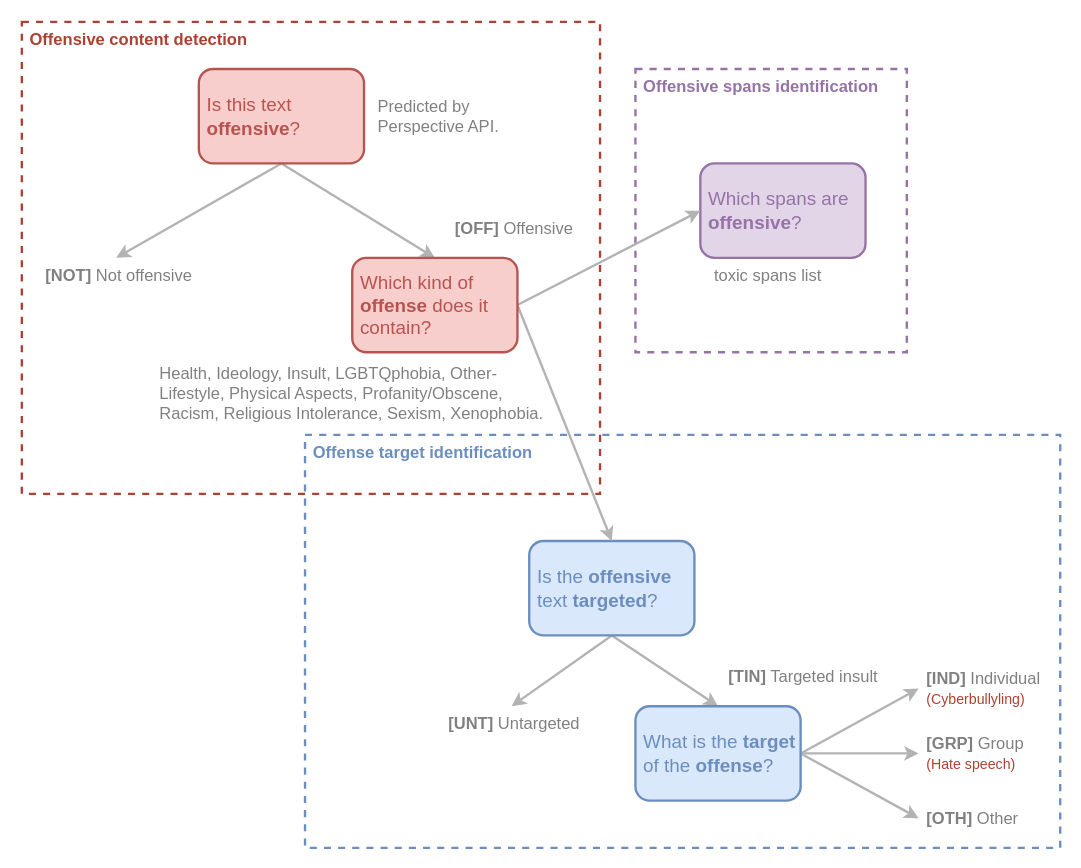
Earlier version of the draw.io diagram page "OLIDBR_taxonomy" (2 of 6) of docs/diagrams/diagrams.drawio (DougTrajano/olid-br). Source tidied: cells renumbered, new cells numbered last; positions are measured from the earlier drawing's top-left corner, leaving out a move shared by most shapes. Both pictures are drawn from the tidied source at 118%, with x=0, y=0 at pixel (21, 21).
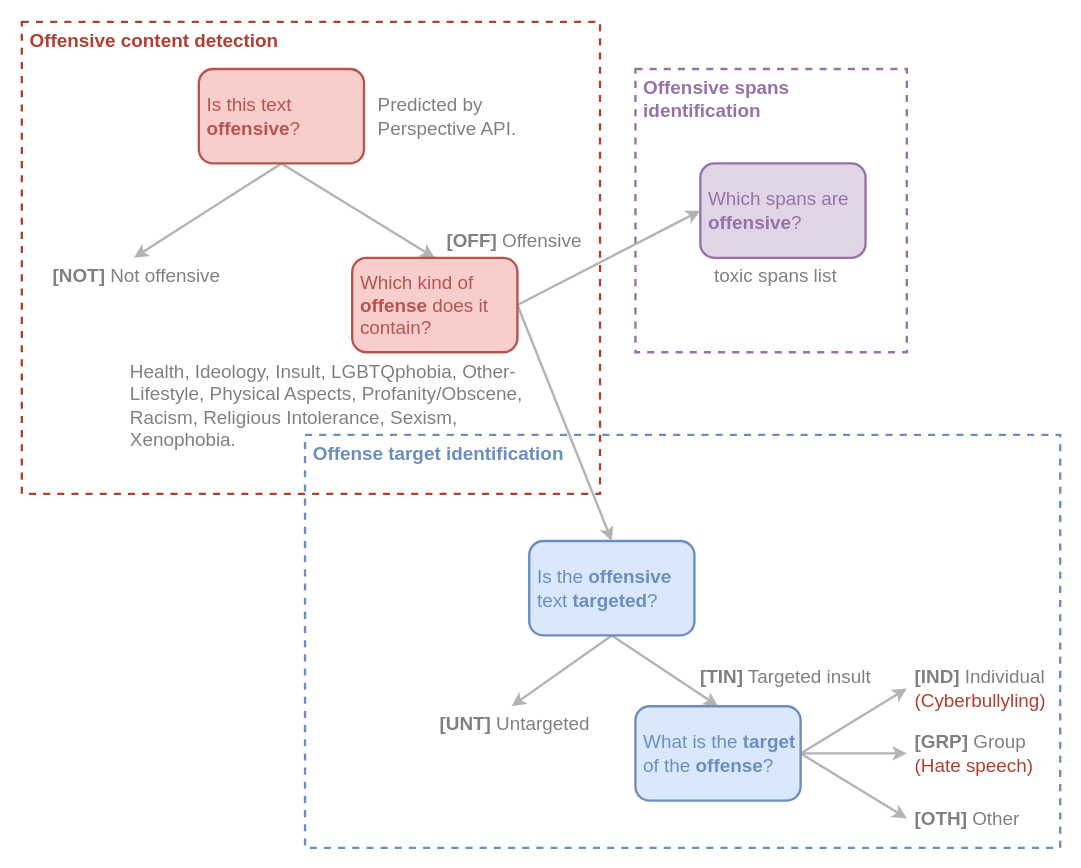
The same page after the edit.

The edit, as a diff of the source:
```diff
@@
-    <mxCell id="2" value="Offensive spans identification" style="rounded=0;whiteSpace=wrap;html=1;strokeColor=#9673a6;verticalAlign=top;align=left;strokeWidth=2;spacingLeft=5;fontSize=14;fontStyle=1;dashed=1;fillColor=none;fontColor=#9673A6;" parent="1" vertex="1">
+    <mxCell id="2" value="Offensive spans identification" style="rounded=0;whiteSpace=wrap;html=1;strokeColor=#9673a6;verticalAlign=top;align=left;strokeWidth=2;spacingLeft=5;fontSize=16;fontStyle=1;dashed=1;fillColor=none;fontColor=#9673A6;" parent="1" vertex="1">
       <mxGeometry x="520" y="40" width="230" height="240" as="geometry" />
     </mxCell>
-    <mxCell id="3" value="Offensive content detection" style="rounded=0;whiteSpace=wrap;html=1;strokeColor=#ae4132;fillColor=none;verticalAlign=top;align=left;fontColor=#AE4132;strokeWidth=2;spacingLeft=5;fontSize=14;fontStyle=1;dashed=1;" parent="1" vertex="1">
+    <mxCell id="3" value="Offensive content detection" style="rounded=0;whiteSpace=wrap;html=1;strokeColor=#ae4132;fillColor=none;verticalAlign=top;align=left;fontColor=#AE4132;strokeWidth=2;spacingLeft=5;fontSize=16;fontStyle=1;dashed=1;" parent="1" vertex="1">
       <mxGeometry width="490" height="400" as="geometry" />
     </mxCell>
-    <mxCell id="4" value="Offense target identification" style="rounded=0;whiteSpace=wrap;html=1;strokeColor=#6c8ebf;fillColor=none;verticalAlign=top;align=left;fontColor=#6C8EBF;strokeWidth=2;spacingLeft=5;fontSize=14;fontStyle=1;dashed=1;" parent="1" vertex="1">
+    <mxCell id="4" value="Offense target identification" style="rounded=0;whiteSpace=wrap;html=1;strokeColor=#6c8ebf;fillColor=none;verticalAlign=top;align=left;fontColor=#6C8EBF;strokeWidth=2;spacingLeft=5;fontSize=16;fontStyle=1;dashed=1;" parent="1" vertex="1">
       <mxGeometry x="240" y="350" width="640" height="350" as="geometry" />
     </mxCell>
@@
-    <mxCell id="7" value="Is this text &lt;b&gt;offensive&lt;/b&gt;?" style="rounded=1;whiteSpace=wrap;html=1;fillColor=#f8cecc;align=left;strokeColor=#b85450;strokeWidth=2;spacingLeft=5;fontSize=16;fontColor=#B85450;" parent="1" vertex="1">
+    <mxCell id="7" value="Is this text &lt;b style=&quot;font-size: 16px;&quot;&gt;offensive&lt;/b&gt;?" style="rounded=1;whiteSpace=wrap;html=1;fillColor=#f8cecc;align=left;strokeColor=#b85450;strokeWidth=2;spacingLeft=5;fontSize=16;fontColor=#B85450;" parent="1" vertex="1">
       <mxGeometry x="150" y="40" width="140" height="80" as="geometry" />
     </mxCell>
@@
-    <mxCell id="10" value="Is the &lt;b&gt;offensive&lt;/b&gt; text &lt;b&gt;targeted&lt;/b&gt;?" style="rounded=1;whiteSpace=wrap;html=1;fillColor=#dae8fc;align=left;strokeColor=#6c8ebf;strokeWidth=2;spacingLeft=5;fontSize=16;fontColor=#6C8EBF;" parent="1" vertex="1">
+    <mxCell id="10" value="Is the &lt;b style=&quot;font-size: 16px;&quot;&gt;offensive&lt;/b&gt; text &lt;b style=&quot;font-size: 16px;&quot;&gt;targeted&lt;/b&gt;?" style="rounded=1;whiteSpace=wrap;html=1;fillColor=#dae8fc;align=left;strokeColor=#6c8ebf;strokeWidth=2;spacingLeft=5;fontSize=16;fontColor=#6C8EBF;" parent="1" vertex="1">
       <mxGeometry x="430" y="440" width="140" height="80" as="geometry" />
     </mxCell>
-    <mxCell id="11" style="edgeStyle=none;rounded=0;jettySize=auto;html=1;exitX=1;exitY=0.5;exitDx=0;exitDy=0;entryX=0;entryY=0.5;entryDx=0;entryDy=0;fontSize=14;fontColor=#6C8EBF;startArrow=none;startFill=0;strokeColor=#B3B3B3;strokeWidth=2;" parent="1" edge="1" source="14" target="18">
+    <mxCell id="11" style="edgeStyle=none;rounded=0;jettySize=auto;html=1;exitX=1;exitY=0.5;exitDx=0;exitDy=0;entryX=0;entryY=0.5;entryDx=0;entryDy=0;fontSize=16;fontColor=#6C8EBF;startArrow=none;startFill=0;strokeColor=#B3B3B3;strokeWidth=2;" parent="1" edge="1" source="14" target="18">
       <mxGeometry relative="1" as="geometry" />
     </mxCell>
-    <mxCell id="12" style="edgeStyle=none;rounded=0;jettySize=auto;html=1;exitX=1;exitY=0.5;exitDx=0;exitDy=0;fontSize=14;fontColor=#6C8EBF;startArrow=none;startFill=0;strokeColor=#B3B3B3;strokeWidth=2;" parent="1" edge="1" source="14" target="17">
+    <mxCell id="12" style="edgeStyle=none;rounded=0;jettySize=auto;html=1;exitX=1;exitY=0.5;exitDx=0;exitDy=0;fontSize=16;fontColor=#6C8EBF;startArrow=none;startFill=0;strokeColor=#B3B3B3;strokeWidth=2;" parent="1" edge="1" source="14" target="17">
       <mxGeometry relative="1" as="geometry" />
     </mxCell>
-    <mxCell id="13" style="edgeStyle=none;rounded=0;jettySize=auto;html=1;exitX=1;exitY=0.5;exitDx=0;exitDy=0;entryX=0;entryY=0.5;entryDx=0;entryDy=0;fontSize=14;fontColor=#6C8EBF;startArrow=none;startFill=0;strokeColor=#B3B3B3;strokeWidth=2;" parent="1" edge="1" source="14" target="16">
+    <mxCell id="13" style="edgeStyle=none;rounded=0;jettySize=auto;html=1;exitX=1;exitY=0.5;exitDx=0;exitDy=0;entryX=0;entryY=0.5;entryDx=0;entryDy=0;fontSize=16;fontColor=#6C8EBF;startArrow=none;startFill=0;strokeColor=#B3B3B3;strokeWidth=2;" parent="1" edge="1" source="14" target="16">
       <mxGeometry relative="1" as="geometry" />
     </mxCell>
-    <mxCell id="14" value="What is the &lt;b&gt;target&lt;/b&gt; of the &lt;b&gt;offense&lt;/b&gt;?" style="rounded=1;whiteSpace=wrap;html=1;fillColor=#dae8fc;align=left;strokeColor=#6c8ebf;strokeWidth=2;spacingLeft=5;fontSize=16;fontColor=#6C8EBF;" parent="1" vertex="1">
+    <mxCell id="14" value="What is the &lt;b style=&quot;font-size: 16px;&quot;&gt;target&lt;/b&gt; of the &lt;b style=&quot;font-size: 16px;&quot;&gt;offense&lt;/b&gt;?" style="rounded=1;whiteSpace=wrap;html=1;fillColor=#dae8fc;align=left;strokeColor=#6c8ebf;strokeWidth=2;spacingLeft=5;fontSize=16;fontColor=#6C8EBF;" parent="1" vertex="1">
       <mxGeometry x="520" y="580" width="140" height="80" as="geometry" />
     </mxCell>
-    <mxCell id="15" value="&lt;font color=&quot;#808080&quot;&gt;&lt;b&gt;[NOT]&lt;/b&gt; Not offensive&lt;/font&gt;" style="text;html=1;strokeColor=none;fillColor=none;align=center;verticalAlign=middle;whiteSpace=wrap;rounded=0;fontSize=14;fontColor=#6C8EBF;spacingLeft=5;" parent="1" vertex="1">
-      <mxGeometry x="10" y="200" width="140" height="30" as="geometry" />
+    <mxCell id="15" value="&lt;font color=&quot;#808080&quot; style=&quot;font-size: 16px;&quot;&gt;&lt;b style=&quot;font-size: 16px;&quot;&gt;[NOT]&lt;/b&gt; Not offensive&lt;/font&gt;" style="text;html=1;strokeColor=none;fillColor=none;align=center;verticalAlign=middle;whiteSpace=wrap;rounded=0;fontSize=16;fontColor=#6C8EBF;spacingLeft=5;" parent="1" vertex="1">
+      <mxGeometry x="10" y="200" width="170" height="30" as="geometry" />
     </mxCell>
-    <mxCell id="16" value="&lt;font color=&quot;#808080&quot;&gt;&lt;b&gt;[IND]&lt;/b&gt; Individual&lt;/font&gt;&lt;br&gt;&lt;font color=&quot;#ae4132&quot; style=&quot;font-size: 12px&quot;&gt;(Cyberbullyling)&lt;/font&gt;" style="text;html=1;strokeColor=none;fillColor=none;align=left;verticalAlign=middle;whiteSpace=wrap;rounded=0;fontSize=14;fontColor=#6C8EBF;spacingLeft=5;" parent="1" vertex="1">
-      <mxGeometry x="760" y="550" width="110" height="30" as="geometry" />
+    <mxCell id="16" value="&lt;font color=&quot;#808080&quot; style=&quot;font-size: 16px;&quot;&gt;&lt;b style=&quot;font-size: 16px;&quot;&gt;[IND]&lt;/b&gt; Individual&lt;/font&gt;&lt;br style=&quot;font-size: 16px;&quot;&gt;&lt;font color=&quot;#ae4132&quot; style=&quot;font-size: 16px;&quot;&gt;(Cyberbullyling)&lt;/font&gt;" style="text;html=1;strokeColor=none;fillColor=none;align=left;verticalAlign=middle;whiteSpace=wrap;rounded=0;fontSize=16;fontColor=#6C8EBF;spacingLeft=5;" parent="1" vertex="1">
+      <mxGeometry x="750" y="550" width="110" height="30" as="geometry" />
     </mxCell>
-    <mxCell id="17" value="&lt;font color=&quot;#808080&quot;&gt;&lt;b&gt;[GRP]&lt;/b&gt; Group&lt;/font&gt;&lt;br&gt;&lt;font color=&quot;#ae4132&quot; style=&quot;font-size: 12px&quot;&gt;(Hate speech)&lt;/font&gt;" style="text;html=1;strokeColor=none;fillColor=none;align=left;verticalAlign=middle;whiteSpace=wrap;rounded=0;fontSize=14;fontColor=#6C8EBF;spacingLeft=5;" parent="1" vertex="1">
-      <mxGeometry x="760" y="605" width="110" height="30" as="geometry" />
+    <mxCell id="17" value="&lt;font color=&quot;#808080&quot; style=&quot;font-size: 16px;&quot;&gt;&lt;b style=&quot;font-size: 16px;&quot;&gt;[GRP]&lt;/b&gt; Group&lt;/font&gt;&lt;br style=&quot;font-size: 16px;&quot;&gt;&lt;font color=&quot;#ae4132&quot; style=&quot;font-size: 16px;&quot;&gt;(Hate speech)&lt;/font&gt;" style="text;html=1;strokeColor=none;fillColor=none;align=left;verticalAlign=middle;whiteSpace=wrap;rounded=0;fontSize=16;fontColor=#6C8EBF;spacingLeft=5;" parent="1" vertex="1">
+      <mxGeometry x="750" y="605" width="110" height="30" as="geometry" />
     </mxCell>
-    <mxCell id="18" value="&lt;font color=&quot;#808080&quot;&gt;&lt;b&gt;[OTH]&lt;/b&gt; Other&lt;/font&gt;" style="text;html=1;strokeColor=none;fillColor=none;align=left;verticalAlign=middle;whiteSpace=wrap;rounded=0;fontSize=14;fontColor=#6C8EBF;spacingLeft=5;" parent="1" vertex="1">
-      <mxGeometry x="760" y="660" width="110" height="30" as="geometry" />
+    <mxCell id="18" value="&lt;font color=&quot;#808080&quot; style=&quot;font-size: 16px;&quot;&gt;&lt;b style=&quot;font-size: 16px;&quot;&gt;[OTH]&lt;/b&gt; Other&lt;/font&gt;" style="text;html=1;strokeColor=none;fillColor=none;align=left;verticalAlign=middle;whiteSpace=wrap;rounded=0;fontSize=16;fontColor=#6C8EBF;spacingLeft=5;" parent="1" vertex="1">
+      <mxGeometry x="750" y="660" width="110" height="30" as="geometry" />
     </mxCell>
-    <mxCell id="19" value="Which spans are &lt;b&gt;offensive&lt;/b&gt;?" style="rounded=1;whiteSpace=wrap;html=1;fillColor=#e1d5e7;align=left;strokeColor=#9673a6;strokeWidth=2;spacingLeft=5;fontSize=16;fontColor=#9673A6;" parent="1" vertex="1">
+    <mxCell id="19" value="Which spans are &lt;b style=&quot;font-size: 16px;&quot;&gt;offensive&lt;/b&gt;?" style="rounded=1;whiteSpace=wrap;html=1;fillColor=#e1d5e7;align=left;strokeColor=#9673a6;strokeWidth=2;spacingLeft=5;fontSize=16;fontColor=#9673A6;" parent="1" vertex="1">
       <mxGeometry x="575" y="120" width="140" height="80" as="geometry" />
     </mxCell>
-    <mxCell id="20" value="&lt;font color=&quot;#808080&quot;&gt;&lt;b&gt;[OFF]&lt;/b&gt; Offensive&lt;/font&gt;" style="text;html=1;strokeColor=none;fillColor=none;align=center;verticalAlign=middle;whiteSpace=wrap;rounded=0;fontSize=14;fontColor=#6C8EBF;spacingLeft=5;" parent="1" vertex="1">
-      <mxGeometry x="360" y="160" width="110" height="30" as="geometry" />
+    <mxCell id="20" value="&lt;font color=&quot;#808080&quot; style=&quot;font-size: 16px;&quot;&gt;&lt;b style=&quot;font-size: 16px;&quot;&gt;[OFF]&lt;/b&gt; Offensive&lt;/font&gt;" style="text;html=1;strokeColor=none;fillColor=none;align=center;verticalAlign=middle;whiteSpace=wrap;rounded=0;fontSize=16;fontColor=#6C8EBF;spacingLeft=5;" parent="1" vertex="1">
+      <mxGeometry x="350" y="170" width="130" height="30" as="geometry" />
     </mxCell>
-    <mxCell id="21" value="&lt;font color=&quot;#808080&quot;&gt;&lt;b&gt;[TIN]&lt;/b&gt; Targeted insult&lt;/font&gt;" style="text;html=1;strokeColor=none;fillColor=none;align=center;verticalAlign=middle;whiteSpace=wrap;rounded=0;fontSize=14;fontColor=#6C8EBF;spacingLeft=5;" parent="1" vertex="1">
-      <mxGeometry x="590" y="540" width="140" height="30" as="geometry" />
+    <mxCell id="21" value="&lt;font color=&quot;#808080&quot; style=&quot;font-size: 16px;&quot;&gt;&lt;b style=&quot;font-size: 16px;&quot;&gt;[TIN]&lt;/b&gt; Targeted insult&lt;/font&gt;" style="text;html=1;strokeColor=none;fillColor=none;align=center;verticalAlign=middle;whiteSpace=wrap;rounded=0;fontSize=16;fontColor=#6C8EBF;spacingLeft=5;" parent="1" vertex="1">
+      <mxGeometry x="565" y="540" width="160" height="30" as="geometry" />
     </mxCell>
-    <mxCell id="22" value="&lt;font color=&quot;#808080&quot;&gt;toxic spans list&lt;/font&gt;" style="text;html=1;strokeColor=none;fillColor=none;align=left;verticalAlign=middle;whiteSpace=wrap;rounded=0;fontSize=14;fontColor=#6C8EBF;spacingLeft=5;" parent="1" vertex="1">
+    <mxCell id="22" value="&lt;font color=&quot;#808080&quot; style=&quot;font-size: 16px;&quot;&gt;toxic spans list&lt;/font&gt;" style="text;html=1;strokeColor=none;fillColor=none;align=left;verticalAlign=middle;whiteSpace=wrap;rounded=0;fontSize=16;fontColor=#6C8EBF;spacingLeft=5;" parent="1" vertex="1">
       <mxGeometry x="580" y="200" width="150" height="30" as="geometry" />
     </mxCell>
@@
-    <mxCell id="25" value="Which kind of &lt;b&gt;offense&lt;/b&gt; does it contain?" style="rounded=1;whiteSpace=wrap;html=1;fillColor=#f8cecc;align=left;strokeColor=#b85450;strokeWidth=2;spacingLeft=5;fontSize=16;fontColor=#B85450;" parent="1" vertex="1">
+    <mxCell id="25" value="Which kind of &lt;b style=&quot;font-size: 16px;&quot;&gt;offense&lt;/b&gt; does it contain?" style="rounded=1;whiteSpace=wrap;html=1;fillColor=#f8cecc;align=left;strokeColor=#b85450;strokeWidth=2;spacingLeft=5;fontSize=16;fontColor=#B85450;" parent="1" vertex="1">
       <mxGeometry x="280" y="200" width="140" height="80" as="geometry" />
     </mxCell>
-    <mxCell id="26" value="&lt;font color=&quot;#808080&quot;&gt;Health, Ideology, Insult, LGBTQphobia, Other-Lifestyle, Physical Aspects, Profanity/Obscene, Racism, Religious Intolerance, Sexism, Xenophobia.&lt;/font&gt;" style="text;html=1;strokeColor=none;fillColor=none;align=left;verticalAlign=middle;whiteSpace=wrap;rounded=0;fontSize=14;fontColor=#6C8EBF;spacingLeft=5;fontStyle=0;" parent="1" vertex="1">
-      <mxGeometry x="110" y="280" width="345" height="70" as="geometry" />
+    <mxCell id="26" value="&lt;font color=&quot;#808080&quot; style=&quot;font-size: 16px;&quot;&gt;Health, Ideology, Insult, LGBTQphobia, Other-Lifestyle, Physical Aspects, Profanity/Obscene, Racism, Religious Intolerance, Sexism, Xenophobia.&lt;/font&gt;" style="text;html=1;strokeColor=none;fillColor=none;align=left;verticalAlign=middle;whiteSpace=wrap;rounded=0;fontSize=16;fontColor=#6C8EBF;spacingLeft=5;fontStyle=0;" parent="1" vertex="1">
+      <mxGeometry x="85" y="290" width="345" height="70" as="geometry" />
     </mxCell>
-    <mxCell id="27" value="&lt;font color=&quot;#808080&quot;&gt;&lt;b&gt;[UNT]&lt;/b&gt; Untargeted&lt;/font&gt;" style="text;html=1;strokeColor=none;fillColor=none;align=center;verticalAlign=middle;whiteSpace=wrap;rounded=0;fontSize=14;fontColor=#6C8EBF;spacingLeft=5;" parent="1" vertex="1">
-      <mxGeometry x="355" y="580" width="120" height="30" as="geometry" />
+    <mxCell id="27" value="&lt;font color=&quot;#808080&quot; style=&quot;font-size: 16px;&quot;&gt;&lt;b style=&quot;font-size: 16px;&quot;&gt;[UNT]&lt;/b&gt; Untargeted&lt;/font&gt;" style="text;html=1;strokeColor=none;fillColor=none;align=center;verticalAlign=middle;whiteSpace=wrap;rounded=0;fontSize=16;fontColor=#6C8EBF;spacingLeft=5;" parent="1" vertex="1">
+      <mxGeometry x="347.5" y="580" width="135" height="30" as="geometry" />
     </mxCell>
-    <mxCell id="28" value="&lt;font color=&quot;#808080&quot;&gt;Predicted by&lt;br&gt;Perspective API.&lt;/font&gt;" style="text;html=1;strokeColor=none;fillColor=none;align=left;verticalAlign=middle;whiteSpace=wrap;rounded=0;fontSize=14;fontColor=#6C8EBF;spacingLeft=5;fontStyle=0;" parent="1" vertex="1">
+    <mxCell id="28" value="&lt;font color=&quot;#808080&quot; style=&quot;font-size: 16px;&quot;&gt;Predicted by&lt;br style=&quot;font-size: 16px;&quot;&gt;Perspective API.&lt;/font&gt;" style="text;html=1;strokeColor=none;fillColor=none;align=left;verticalAlign=middle;whiteSpace=wrap;rounded=0;fontSize=16;fontColor=#6C8EBF;spacingLeft=5;fontStyle=0;" parent="1" vertex="1">
       <mxGeometry x="295" y="60" width="125" height="40" as="geometry" />
     </mxCell>
```
